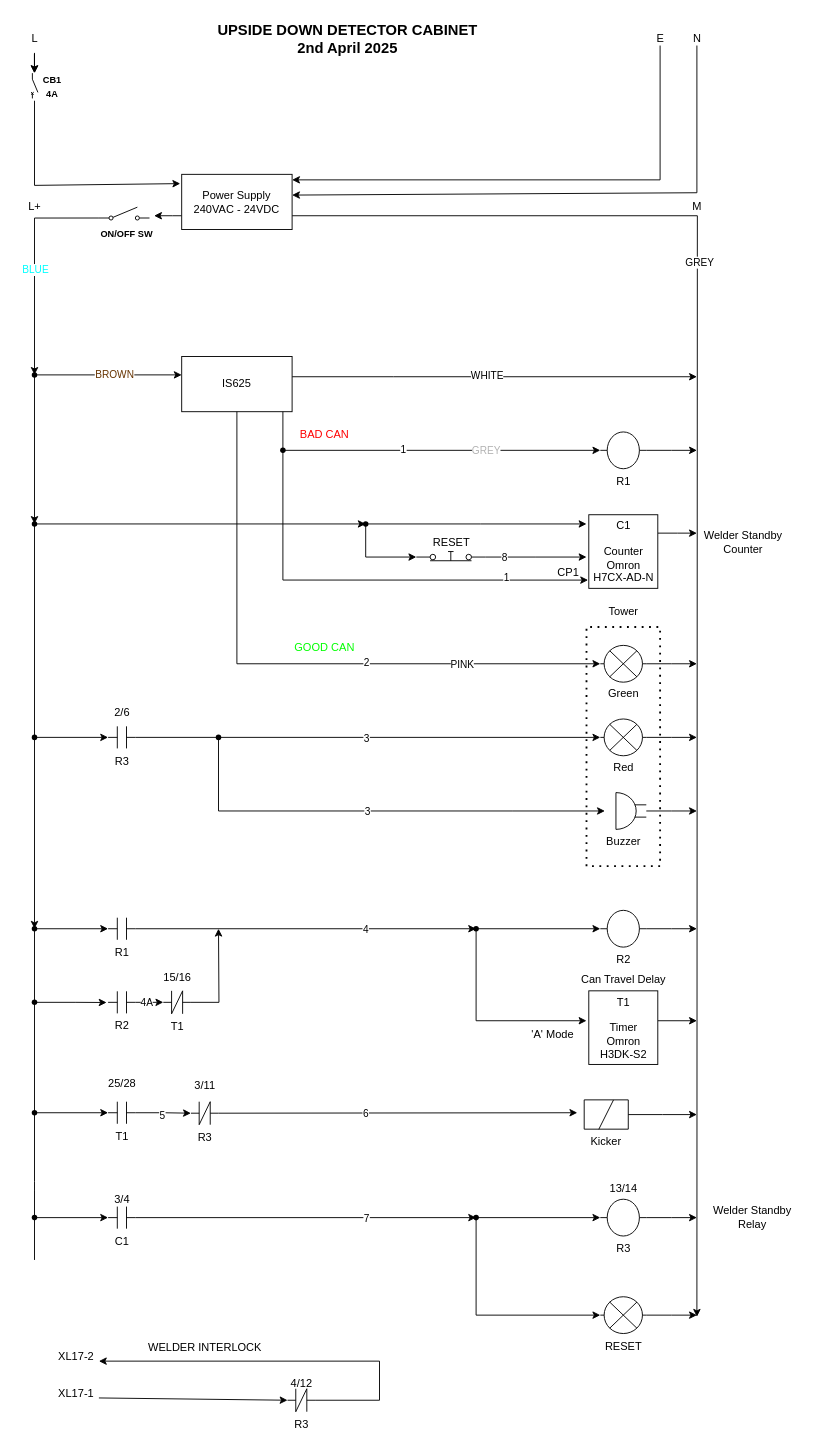
The draw.io diagram Upside Down Detector.drawio in nicholas-carnie/Nicks-files, before the edit. Source tidied: cells renumbered, new cells numbered last; positions are measured from the earlier drawing's top-left corner, leaving out a move shared by most shapes. Both pictures are drawn from the tidied source at 92%, with x=0, y=0 at pixel (16, 16).
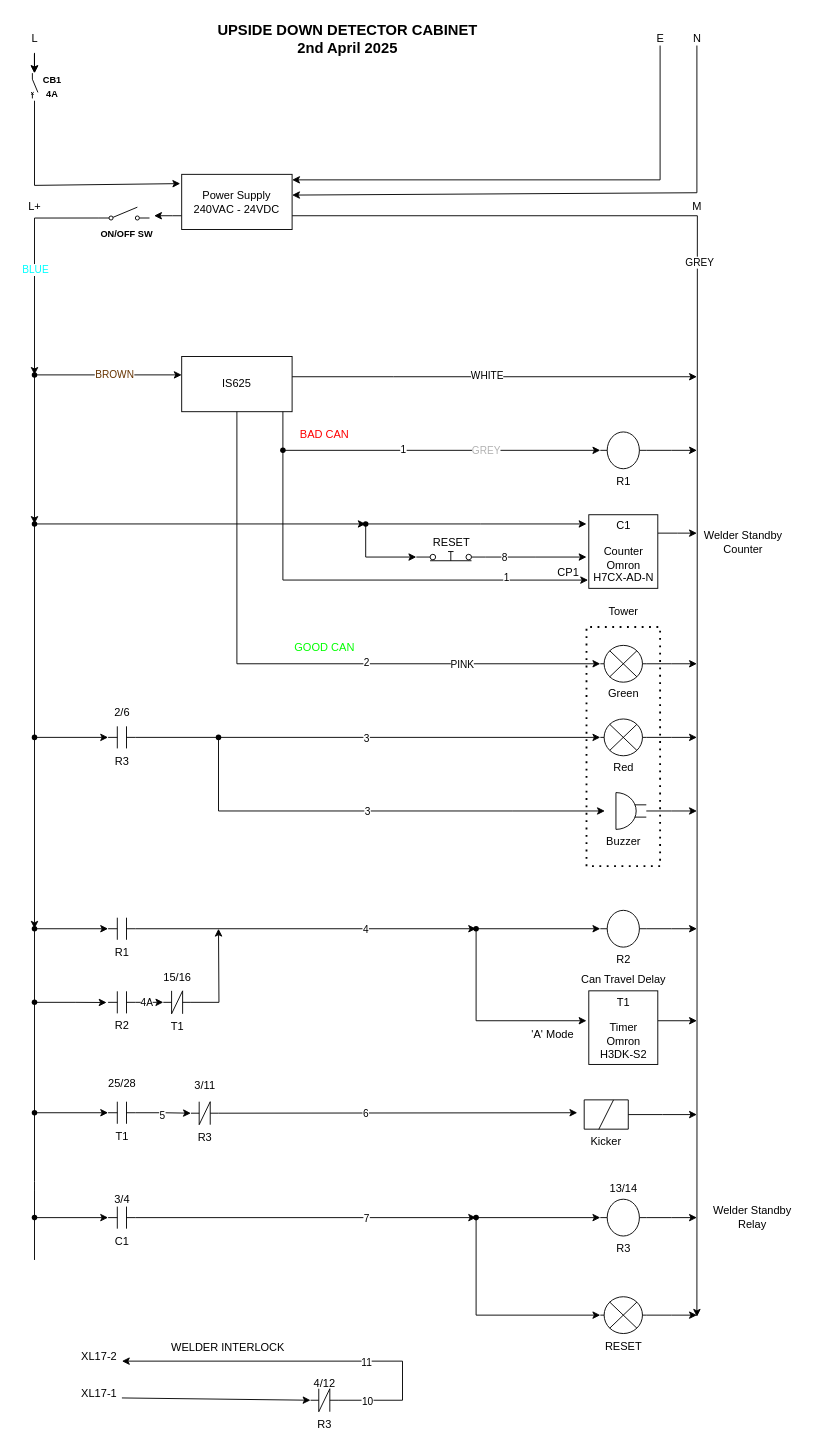
After the change.

Diff of the diagram source:
```diff
@@
     <mxCell id="128" style="edgeStyle=orthogonalEdgeStyle;rounded=0;jettySize=auto;html=1;exitX=1;exitY=0.5;exitDx=0;exitDy=0;exitPerimeter=0;" parent="1" edge="1" source="129">
       <mxGeometry relative="1" as="geometry">
-        <mxPoint x="90" y="1462" as="targetPoint" />
+        <mxPoint x="115" y="1462" as="targetPoint" />
         <Array as="points">
-          <mxPoint x="395" y="1505" />
-          <mxPoint x="395" y="1462" />
+          <mxPoint x="420" y="1505" />
+          <mxPoint x="420" y="1462" />
         </Array>
       </mxGeometry>
     </mxCell>
+    <mxCell id="138" value="10" style="edgeLabel;html=1;align=center;verticalAlign=middle;" parent="128" vertex="1">
+      <mxGeometry x="-0.85" y="-1" relative="1" as="geometry" />
+    </mxCell>
+    <mxCell id="139" value="11" style="edgeLabel;html=1;align=center;verticalAlign=middle;" parent="128" vertex="1">
+      <mxGeometry x="-0.29" y="1" relative="1" as="geometry">
+        <mxPoint x="-4" as="offset" />
+      </mxGeometry>
+    </mxCell>
     <mxCell id="129" value="R3" style="verticalLabelPosition=bottom;shadow=0;dashed=0;align=center;html=1;verticalAlign=top;shape=mxgraph.electrical.plc_ladder.not_contact;" parent="1" vertex="1">
-      <mxGeometry x="295" y="1492" width="30" height="25" as="geometry" />
+      <mxGeometry x="320" y="1492" width="30" height="25" as="geometry" />
     </mxCell>
     <mxCell id="130" value="4/12" style="text;html=1;align=center;verticalAlign=middle;strokeColor=none;fillColor=none;" parent="1" vertex="1">
-      <mxGeometry x="285" y="1472" width="50" height="30" as="geometry" />
+      <mxGeometry x="310" y="1472" width="50" height="30" as="geometry" />
     </mxCell>
     <mxCell id="131" style="endArrow=classic;html=1;rounded=0;entryX=0;entryY=0.5;entryDx=0;entryDy=0;entryPerimeter=0;" parent="1" edge="1" target="129">
       <mxGeometry relative="1" as="geometry">
-        <mxPoint x="90" y="1502" as="sourcePoint" />
+        <mxPoint x="115" y="1502" as="sourcePoint" />
       </mxGeometry>
     </mxCell>
     <mxCell id="132" value="XL17-2" style="text;html=1;align=center;verticalAlign=middle;strokeColor=none;fillColor=none;" parent="1" vertex="1">
-      <mxGeometry x="35" y="1442" width="60" height="30" as="geometry" />
+      <mxGeometry x="60" y="1442" width="60" height="30" as="geometry" />
     </mxCell>
     <mxCell id="133" value="XL17-1" style="text;html=1;align=center;verticalAlign=middle;strokeColor=none;fillColor=none;" parent="1" vertex="1">
-      <mxGeometry x="35" y="1482" width="60" height="30" as="geometry" />
+      <mxGeometry x="60" y="1482" width="60" height="30" as="geometry" />
     </mxCell>
     <mxCell id="134" value="WELDER INTERLOCK" style="text;html=1;align=center;verticalAlign=middle;strokeColor=none;fillColor=none;" parent="1" vertex="1">
-      <mxGeometry x="130" y="1432" width="150" height="30" as="geometry" />
+      <mxGeometry x="155" y="1432" width="150" height="30" as="geometry" />
     </mxCell>
```
